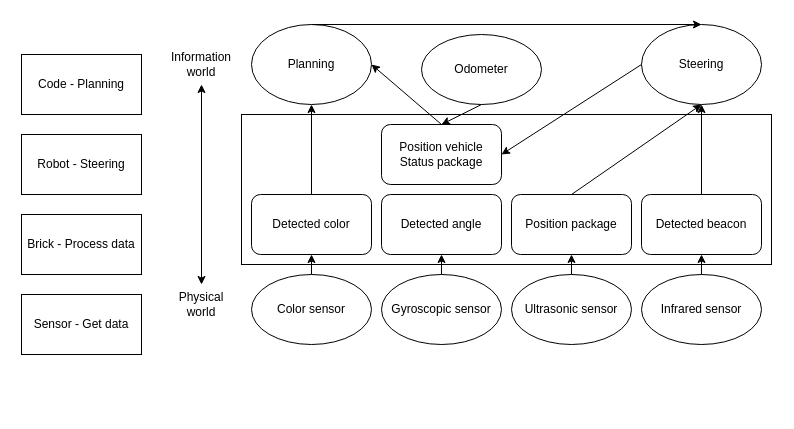
Earlier version of the draw.io diagram Group1A_LayersBlackboard.drawio (jdschodt/My-project). Source tidied: cells renumbered, new cells numbered last; positions are measured from the earlier drawing's top-left corner, leaving out a move shared by most shapes. Both pictures are drawn from the tidied source at 100%, with x=0, y=0 at pixel (21, 24).
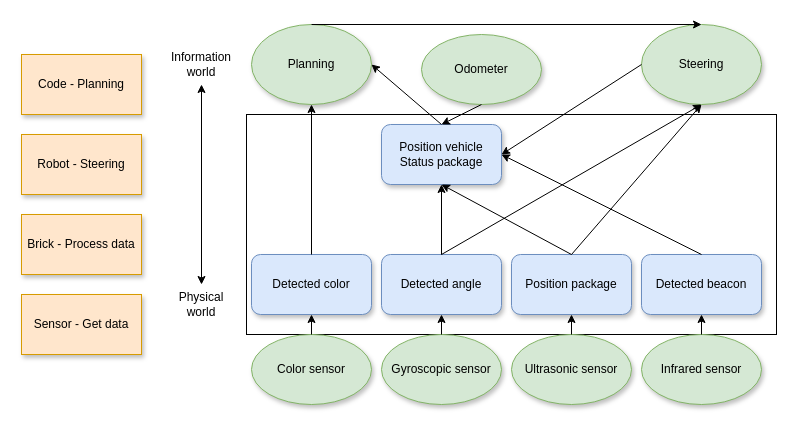
After the change.

Commit message (it also covers changes not shown here):
nieuwe flowchart

Diff of the diagram source:
```diff
@@
-    <mxCell id="2" value="Code - Planning" style="rounded=0;whiteSpace=wrap;html=1;" parent="1" vertex="1">
+    <mxCell id="2" value="Code - Planning" style="rounded=0;whiteSpace=wrap;html=1;fillColor=#ffe6cc;strokeColor=#d79b00;shadow=1;" parent="1" vertex="1">
       <mxGeometry y="30" width="120" height="60" as="geometry" />
     </mxCell>
-    <mxCell id="3" value="Robot - Steering" style="rounded=0;whiteSpace=wrap;html=1;" parent="1" vertex="1">
+    <mxCell id="3" value="Robot - Steering" style="rounded=0;whiteSpace=wrap;html=1;fillColor=#ffe6cc;strokeColor=#d79b00;shadow=1;" parent="1" vertex="1">
       <mxGeometry y="110" width="120" height="60" as="geometry" />
     </mxCell>
-    <mxCell id="4" value="Brick - Process data" style="rounded=0;whiteSpace=wrap;html=1;" parent="1" vertex="1">
+    <mxCell id="4" value="Brick - Process data" style="rounded=0;whiteSpace=wrap;html=1;fillColor=#ffe6cc;strokeColor=#d79b00;shadow=1;" parent="1" vertex="1">
       <mxGeometry y="190" width="120" height="60" as="geometry" />
     </mxCell>
-    <mxCell id="5" value="Sensor - Get data" style="rounded=0;whiteSpace=wrap;html=1;" parent="1" vertex="1">
+    <mxCell id="5" value="Sensor - Get data" style="rounded=0;whiteSpace=wrap;html=1;fillColor=#ffe6cc;strokeColor=#d79b00;shadow=1;" parent="1" vertex="1">
       <mxGeometry y="270" width="120" height="60" as="geometry" />
     </mxCell>
@@
     <mxCell id="9" style="rounded=0;whiteSpace=wrap;html=1;" parent="1" vertex="1">
-      <mxGeometry x="220" y="90" width="530" height="150" as="geometry" />
+      <mxGeometry x="225" y="90" width="530" height="220" as="geometry" />
     </mxCell>
-    <mxCell id="10" value="Planning" style="ellipse;whiteSpace=wrap;html=1;" parent="1" vertex="1">
+    <mxCell id="10" value="Planning" style="ellipse;whiteSpace=wrap;html=1;fillColor=#d5e8d4;strokeColor=#82b366;shadow=1;" parent="1" vertex="1">
       <mxGeometry x="230" width="120" height="80" as="geometry" />
     </mxCell>
-    <mxCell id="11" value="Steering" style="ellipse;whiteSpace=wrap;html=1;" parent="1" vertex="1">
+    <mxCell id="11" value="Steering" style="ellipse;whiteSpace=wrap;html=1;fillColor=#d5e8d4;strokeColor=#82b366;shadow=1;" parent="1" vertex="1">
       <mxGeometry x="620" width="120" height="80" as="geometry" />
     </mxCell>
-    <mxCell id="12" value="Color sensor" style="ellipse;whiteSpace=wrap;html=1;" parent="1" vertex="1">
-      <mxGeometry x="230" y="250" width="120" height="70" as="geometry" />
+    <mxCell id="12" value="Color sensor" style="ellipse;whiteSpace=wrap;html=1;fillColor=#d5e8d4;strokeColor=#82b366;shadow=1;" parent="1" vertex="1">
+      <mxGeometry x="230" y="310" width="120" height="70" as="geometry" />
     </mxCell>
-    <mxCell id="13" value="Gyroscopic sensor" style="ellipse;whiteSpace=wrap;html=1;" parent="1" vertex="1">
-      <mxGeometry x="360" y="250" width="120" height="70" as="geometry" />
+    <mxCell id="13" value="Gyroscopic sensor" style="ellipse;whiteSpace=wrap;html=1;shadow=1;fillColor=#d5e8d4;strokeColor=#82b366;" parent="1" vertex="1">
+      <mxGeometry x="360" y="310" width="120" height="70" as="geometry" />
     </mxCell>
-    <mxCell id="14" value="Ultrasonic sensor" style="ellipse;whiteSpace=wrap;html=1;" parent="1" vertex="1">
-      <mxGeometry x="490" y="250" width="120" height="70" as="geometry" />
+    <mxCell id="14" value="Ultrasonic sensor" style="ellipse;whiteSpace=wrap;html=1;shadow=1;fillColor=#d5e8d4;strokeColor=#82b366;" parent="1" vertex="1">
+      <mxGeometry x="490" y="310" width="120" height="70" as="geometry" />
     </mxCell>
-    <mxCell id="15" value="Infrared sensor" style="ellipse;whiteSpace=wrap;html=1;" parent="1" vertex="1">
-      <mxGeometry x="620" y="250" width="120" height="70" as="geometry" />
+    <mxCell id="15" value="Infrared sensor" style="ellipse;whiteSpace=wrap;html=1;fillColor=#d5e8d4;strokeColor=#82b366;shadow=1;" parent="1" vertex="1">
+      <mxGeometry x="620" y="310" width="120" height="70" as="geometry" />
     </mxCell>
-    <mxCell id="16" value="Odometer" style="ellipse;whiteSpace=wrap;html=1;" parent="1" vertex="1">
+    <mxCell id="16" value="Odometer" style="ellipse;whiteSpace=wrap;html=1;fillColor=#d5e8d4;strokeColor=#82b366;shadow=1;" parent="1" vertex="1">
       <mxGeometry x="400" y="10" width="120" height="70" as="geometry" />
     </mxCell>
-    <mxCell id="17" value="Detected color" style="rounded=1;whiteSpace=wrap;html=1;" parent="1" vertex="1">
-      <mxGeometry x="230" y="170" width="120" height="60" as="geometry" />
+    <mxCell id="17" value="Detected color" style="rounded=1;whiteSpace=wrap;html=1;fillColor=#dae8fc;strokeColor=#6c8ebf;comic=0;shadow=1;" parent="1" vertex="1">
+      <mxGeometry x="230" y="230" width="120" height="60" as="geometry" />
     </mxCell>
-    <mxCell id="18" value="Detected angle" style="rounded=1;whiteSpace=wrap;html=1;" parent="1" vertex="1">
-      <mxGeometry x="360" y="170" width="120" height="60" as="geometry" />
+    <mxCell id="18" value="Detected angle" style="rounded=1;whiteSpace=wrap;html=1;shadow=1;fillColor=#dae8fc;strokeColor=#6c8ebf;" parent="1" vertex="1">
+      <mxGeometry x="360" y="230" width="120" height="60" as="geometry" />
     </mxCell>
-    <mxCell id="19" value="Position vehicle Status package&lt;br&gt;" style="rounded=1;whiteSpace=wrap;html=1;" parent="1" vertex="1">
+    <mxCell id="19" value="Position vehicle Status package&lt;br&gt;" style="rounded=1;whiteSpace=wrap;html=1;fillColor=#dae8fc;strokeColor=#6c8ebf;shadow=1;" parent="1" vertex="1">
       <mxGeometry x="360" y="100" width="120" height="60" as="geometry" />
     </mxCell>
-    <mxCell id="20" value="Position package&lt;br&gt;" style="rounded=1;whiteSpace=wrap;html=1;" parent="1" vertex="1">
-      <mxGeometry x="490" y="170" width="120" height="60" as="geometry" />
+    <mxCell id="20" value="Position package&lt;br&gt;" style="rounded=1;whiteSpace=wrap;html=1;shadow=1;fillColor=#dae8fc;strokeColor=#6c8ebf;" parent="1" vertex="1">
+      <mxGeometry x="490" y="230" width="120" height="60" as="geometry" />
     </mxCell>
-    <mxCell id="21" value="Detected beacon&lt;br&gt;" style="rounded=1;whiteSpace=wrap;html=1;" parent="1" vertex="1">
-      <mxGeometry x="620" y="170" width="120" height="60" as="geometry" />
+    <mxCell id="21" value="Detected beacon&lt;br&gt;" style="rounded=1;whiteSpace=wrap;html=1;shadow=1;fillColor=#dae8fc;strokeColor=#6c8ebf;" parent="1" vertex="1">
+      <mxGeometry x="620" y="230" width="120" height="60" as="geometry" />
     </mxCell>
@@
-    <mxCell id="32" style="endArrow=classic;html=1;exitX=0.5;exitY=0;exitDx=0;exitDy=0;entryX=0.5;entryY=1;entryDx=0;entryDy=0;" parent="1" edge="1" source="21" target="11">
-      <mxGeometry relative="1" as="geometry" />
-    </mxCell>
+    <mxCell id="33" style="endArrow=classic;html=1;exitX=0.5;exitY=0;exitDx=0;exitDy=0;entryX=0.5;entryY=1;entryDx=0;entryDy=0;" parent="1" edge="1" source="18" target="19">
+      <mxGeometry relative="1" as="geometry" />
+    </mxCell>
+    <mxCell id="34" style="endArrow=classic;html=1;exitX=0.5;exitY=0;exitDx=0;exitDy=0;entryX=0.5;entryY=1;entryDx=0;entryDy=0;" parent="1" edge="1" source="18" target="11">
+      <mxGeometry relative="1" as="geometry" />
+    </mxCell>
+    <mxCell id="35" style="endArrow=classic;html=1;exitX=0.5;exitY=0;exitDx=0;exitDy=0;entryX=0.5;entryY=1;entryDx=0;entryDy=0;" parent="1" edge="1" source="20" target="19">
+      <mxGeometry relative="1" as="geometry" />
+    </mxCell>
+    <mxCell id="36" style="endArrow=classic;html=1;exitX=0.5;exitY=0;exitDx=0;exitDy=0;entryX=1;entryY=0.5;entryDx=0;entryDy=0;" parent="1" edge="1" source="21" target="19">
+      <mxGeometry relative="1" as="geometry" />
+    </mxCell>
```
